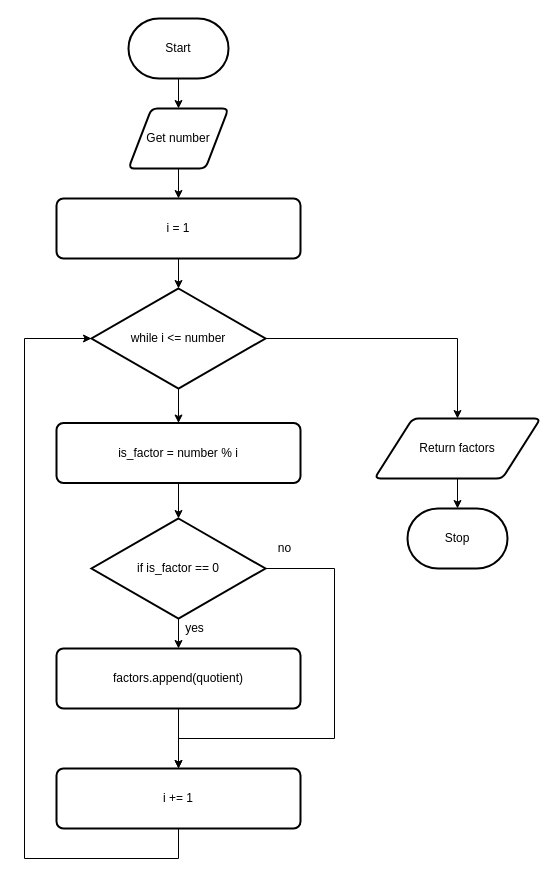
Before: page "Flowchart" (2 of 2) of design.drawio in Samuel-Webster-178/ICS3U-Assignment-05-Python, a draw.io diagram. Source tidied: cells renumbered, new cells numbered last; positions are measured from the earlier drawing's top-left corner, leaving out a move shared by most shapes. Both pictures are drawn from the tidied source at 100%, with x=0, y=0 at pixel (24, 18).
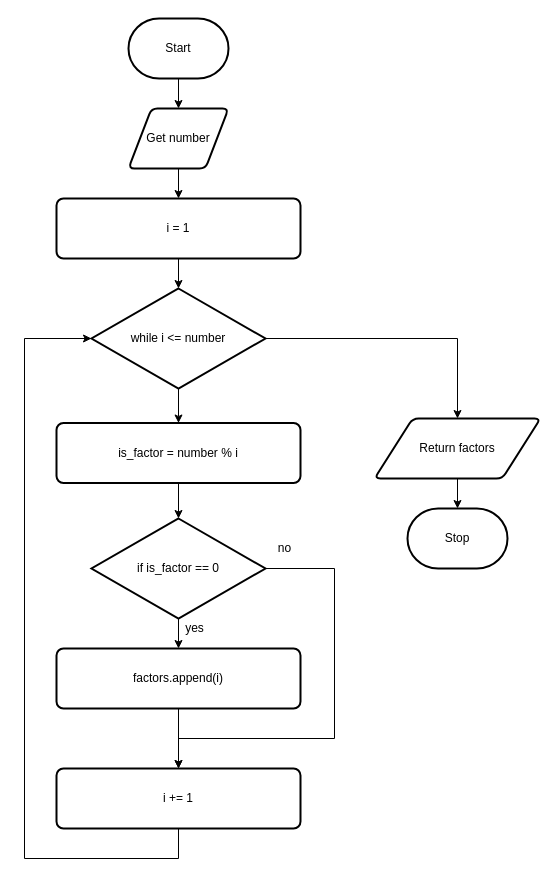
After the change.

What changed in the source:
```diff
@@
-    <mxCell id="18" value="factors.append(quotient)" style="rounded=1;whiteSpace=wrap;html=1;absoluteArcSize=1;arcSize=14;strokeWidth=2;" parent="1" vertex="1">
+    <mxCell id="18" value="factors.append(i)" style="rounded=1;whiteSpace=wrap;html=1;absoluteArcSize=1;arcSize=14;strokeWidth=2;" parent="1" vertex="1">
       <mxGeometry x="32" y="630" width="244" height="60" as="geometry" />
     </mxCell>
```
